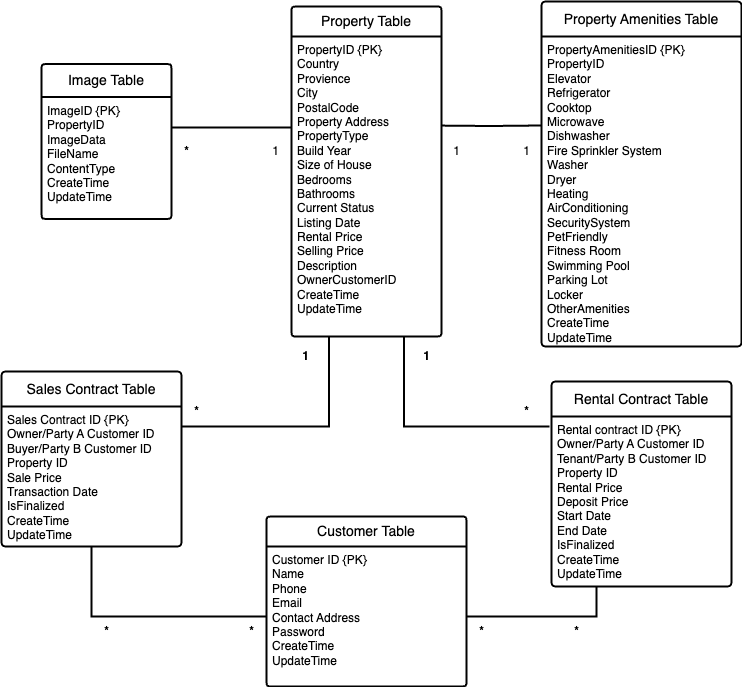
qisixian/InClassProject-RealEstateAgencySystem keeps this draw.io diagram as ERD.drawio.png. Above is the earlier version. Source tidied: cells renumbered, new cells last; positions are measured from the earlier drawing's top-left corner, leaving out a move shared by most shapes.
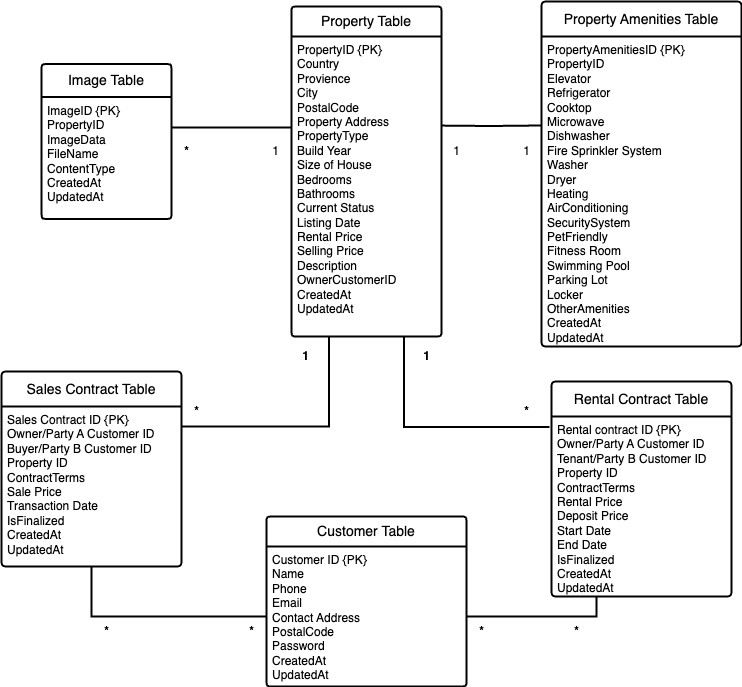
The same diagram one commit later.

Diff of the diagram source:
```diff
@@ -5,13 +5,13 @@
     <mxCell id="2" value="Property Table" style="swimlane;horizontal=1;startSize=30;rounded=1;fontSize=14;fontStyle=0;strokeWidth=2;shadow=0;dashed=0;align=center;arcSize=4;whiteSpace=wrap;html=1;" parent="1" vertex="1">
       <mxGeometry x="290" y="5" width="150" height="330" as="geometry" />
     </mxCell>
-    <mxCell id="3" value="PropertyID&amp;nbsp;{PK}&lt;div&gt;Country&lt;/div&gt;&lt;div&gt;Provience&lt;/div&gt;&lt;div&gt;City&lt;/div&gt;&lt;div&gt;PostalCode&lt;br&gt;&lt;/div&gt;&lt;div&gt;&lt;div&gt;Property Address&lt;/div&gt;&lt;div&gt;&lt;span style=&quot;background-color: initial;&quot;&gt;PropertyType&lt;/span&gt;&lt;br&gt;&lt;/div&gt;&lt;div&gt;Build Year&lt;br&gt;&lt;/div&gt;&lt;div&gt;Size of House&lt;br&gt;&lt;/div&gt;&lt;div&gt;Bedrooms&lt;/div&gt;&lt;div&gt;Bathrooms&lt;/div&gt;&lt;div&gt;&lt;span style=&quot;background-color: initial;&quot;&gt;Current Status&lt;/span&gt;&lt;br&gt;&lt;/div&gt;&lt;div&gt;Listing Date&lt;br&gt;Rental Price&lt;br&gt;Selling Price&lt;br&gt;&lt;/div&gt;&lt;div&gt;Description&lt;/div&gt;&lt;div&gt;OwnerCustomerID&lt;/div&gt;&lt;/div&gt;&lt;div&gt;CreateTime&lt;/div&gt;&lt;div&gt;UpdateTime&lt;/div&gt;" style="align=left;strokeColor=none;fillColor=none;spacingLeft=4;fontSize=12;verticalAlign=top;html=1;" parent="2" vertex="1">
+    <mxCell id="3" value="PropertyID&amp;nbsp;{PK}&lt;div&gt;Country&lt;/div&gt;&lt;div&gt;Provience&lt;/div&gt;&lt;div&gt;City&lt;/div&gt;&lt;div&gt;PostalCode&lt;br&gt;&lt;/div&gt;&lt;div&gt;&lt;div&gt;Property Address&lt;/div&gt;&lt;div&gt;&lt;span style=&quot;background-color: initial;&quot;&gt;PropertyType&lt;/span&gt;&lt;br&gt;&lt;/div&gt;&lt;div&gt;Build Year&lt;br&gt;&lt;/div&gt;&lt;div&gt;Size of House&lt;br&gt;&lt;/div&gt;&lt;div&gt;Bedrooms&lt;/div&gt;&lt;div&gt;Bathrooms&lt;/div&gt;&lt;div&gt;&lt;span style=&quot;background-color: initial;&quot;&gt;Current Status&lt;/span&gt;&lt;br&gt;&lt;/div&gt;&lt;div&gt;Listing Date&lt;br&gt;Rental Price&lt;br&gt;Selling Price&lt;br&gt;&lt;/div&gt;&lt;div&gt;Description&lt;/div&gt;&lt;div&gt;OwnerCustomerID&lt;/div&gt;&lt;div&gt;CreatedAt&lt;/div&gt;&lt;div&gt;UpdatedAt&lt;/div&gt;&lt;/div&gt;" style="align=left;strokeColor=none;fillColor=none;spacingLeft=4;fontSize=12;verticalAlign=top;html=1;" parent="2" vertex="1">
       <mxGeometry y="30" width="150" height="300" as="geometry" />
     </mxCell>
     <mxCell id="4" value="Property Amenities Table" style="swimlane;horizontal=1;startSize=35;rounded=1;fontSize=14;fontStyle=0;strokeWidth=2;shadow=0;dashed=0;align=center;arcSize=4;whiteSpace=wrap;html=1;" parent="1" vertex="1">
       <mxGeometry x="540" width="200" height="345" as="geometry" />
     </mxCell>
-    <mxCell id="5" value="&lt;div&gt;PropertyAmenitiesID&lt;span style=&quot;background-color: initial;&quot;&gt;&amp;nbsp;&lt;/span&gt;&lt;span style=&quot;background-color: initial;&quot;&gt;{PK}&lt;/span&gt;&lt;/div&gt;&lt;div&gt;PropertyID&lt;/div&gt;Elevator&lt;div&gt;&lt;span style=&quot;background-color: initial;&quot;&gt;Refrigerator&lt;/span&gt;&lt;br&gt;&lt;/div&gt;&lt;div&gt;Cooktop&lt;br&gt;&lt;/div&gt;&lt;div&gt;Microwave&lt;br&gt;&lt;/div&gt;&lt;div&gt;&lt;div&gt;Dishwasher&lt;/div&gt;&lt;/div&gt;&lt;div&gt;&lt;div&gt;Fire Sprinkler System&lt;br&gt;&lt;/div&gt;&lt;/div&gt;&lt;div&gt;&lt;div&gt;&lt;span style=&quot;background-color: initial;&quot;&gt;Washer&lt;/span&gt;&lt;br&gt;&lt;/div&gt;&lt;div&gt;Dryer&lt;/div&gt;&lt;div&gt;&lt;span style=&quot;background-color: initial;&quot;&gt;Heating&lt;/span&gt;&lt;/div&gt;&lt;/div&gt;&lt;div&gt;&lt;span style=&quot;background-color: initial;&quot;&gt;AirConditioning&lt;/span&gt;&lt;/div&gt;&lt;div&gt;SecuritySystem&lt;/div&gt;&lt;div&gt;PetFriendly&lt;/div&gt;&lt;div&gt;Fitness Room&lt;br&gt;&lt;/div&gt;&lt;div&gt;Swimming Pool&lt;br&gt;&lt;/div&gt;&lt;div&gt;Parking Lot&lt;br&gt;&lt;/div&gt;&lt;div&gt;Locker&lt;/div&gt;&lt;div&gt;OtherAmenities&lt;/div&gt;&lt;div&gt;CreateTime&lt;/div&gt;&lt;div&gt;UpdateTime&lt;/div&gt;&lt;div&gt;&lt;br&gt;&lt;/div&gt;&lt;div&gt;&lt;br&gt;&lt;/div&gt;" style="align=left;strokeColor=none;fillColor=none;spacingLeft=4;fontSize=12;verticalAlign=top;html=1;" parent="4" vertex="1">
+    <mxCell id="5" value="&lt;div&gt;PropertyAmenitiesID&lt;span style=&quot;background-color: initial;&quot;&gt;&amp;nbsp;&lt;/span&gt;&lt;span style=&quot;background-color: initial;&quot;&gt;{PK}&lt;/span&gt;&lt;/div&gt;&lt;div&gt;PropertyID&lt;/div&gt;Elevator&lt;div&gt;&lt;span style=&quot;background-color: initial;&quot;&gt;Refrigerator&lt;/span&gt;&lt;br&gt;&lt;/div&gt;&lt;div&gt;Cooktop&lt;br&gt;&lt;/div&gt;&lt;div&gt;Microwave&lt;br&gt;&lt;/div&gt;&lt;div&gt;&lt;div&gt;Dishwasher&lt;/div&gt;&lt;/div&gt;&lt;div&gt;&lt;div&gt;Fire Sprinkler System&lt;br&gt;&lt;/div&gt;&lt;/div&gt;&lt;div&gt;&lt;div&gt;&lt;span style=&quot;background-color: initial;&quot;&gt;Washer&lt;/span&gt;&lt;br&gt;&lt;/div&gt;&lt;div&gt;Dryer&lt;/div&gt;&lt;div&gt;&lt;span style=&quot;background-color: initial;&quot;&gt;Heating&lt;/span&gt;&lt;/div&gt;&lt;/div&gt;&lt;div&gt;&lt;span style=&quot;background-color: initial;&quot;&gt;AirConditioning&lt;/span&gt;&lt;/div&gt;&lt;div&gt;SecuritySystem&lt;/div&gt;&lt;div&gt;PetFriendly&lt;/div&gt;&lt;div&gt;Fitness Room&lt;br&gt;&lt;/div&gt;&lt;div&gt;Swimming Pool&lt;br&gt;&lt;/div&gt;&lt;div&gt;Parking Lot&lt;br&gt;&lt;/div&gt;&lt;div&gt;Locker&lt;/div&gt;&lt;div&gt;OtherAmenities&lt;/div&gt;&lt;div&gt;CreatedAt&lt;/div&gt;&lt;div&gt;UpdatedAt&lt;/div&gt;&lt;div&gt;&lt;br&gt;&lt;/div&gt;&lt;div&gt;&lt;br&gt;&lt;/div&gt;" style="align=left;strokeColor=none;fillColor=none;spacingLeft=4;fontSize=12;verticalAlign=top;html=1;" parent="4" vertex="1">
       <mxGeometry y="35" width="200" height="310" as="geometry" />
     </mxCell>
     <mxCell id="6" style="edgeStyle=orthogonalEdgeStyle;rounded=0;orthogonalLoop=1;jettySize=auto;html=1;exitX=0.5;exitY=1;exitDx=0;exitDy=0;" parent="4" edge="1" source="5" target="5">
@@ -20,26 +20,26 @@
     <mxCell id="7" value="Image Table" style="swimlane;horizontal=1;startSize=33;rounded=1;fontSize=14;fontStyle=0;strokeWidth=2;shadow=0;dashed=0;align=center;arcSize=4;whiteSpace=wrap;html=1;" parent="1" vertex="1">
       <mxGeometry x="40" y="62.5" width="130" height="155" as="geometry" />
     </mxCell>
-    <mxCell id="8" value="&lt;div&gt;&lt;div&gt;ImageID&lt;span style=&quot;background-color: initial;&quot;&gt;&amp;nbsp;{PK}&lt;/span&gt;&lt;/div&gt;&lt;/div&gt;PropertyID&lt;div&gt;&lt;span style=&quot;background-color: initial;&quot;&gt;ImageData&lt;/span&gt;&lt;br&gt;&lt;/div&gt;&lt;div&gt;FileName&lt;/div&gt;&lt;div&gt;ContentType&lt;br&gt;CreateTime&lt;/div&gt;&lt;div&gt;UpdateTime&lt;/div&gt;&lt;div&gt;&lt;br&gt;&lt;/div&gt;" style="align=left;strokeColor=none;fillColor=none;spacingLeft=4;fontSize=12;verticalAlign=top;html=1;" parent="7" vertex="1">
+    <mxCell id="8" value="&lt;div&gt;&lt;div&gt;ImageID&lt;span style=&quot;background-color: initial;&quot;&gt;&amp;nbsp;{PK}&lt;/span&gt;&lt;/div&gt;&lt;/div&gt;PropertyID&lt;div&gt;&lt;span style=&quot;background-color: initial;&quot;&gt;ImageData&lt;/span&gt;&lt;br&gt;&lt;/div&gt;&lt;div&gt;FileName&lt;/div&gt;&lt;div&gt;ContentType&lt;br&gt;CreatedAt&lt;/div&gt;&lt;div&gt;UpdatedAt&lt;/div&gt;" style="align=left;strokeColor=none;fillColor=none;spacingLeft=4;fontSize=12;verticalAlign=top;html=1;" parent="7" vertex="1">
       <mxGeometry y="33" width="130" height="122" as="geometry" />
     </mxCell>
     <mxCell id="9" value="Customer Table" style="swimlane;horizontal=1;startSize=30;rounded=1;fontSize=14;fontStyle=0;strokeWidth=2;shadow=0;dashed=0;align=center;arcSize=4;whiteSpace=wrap;html=1;" parent="1" vertex="1">
       <mxGeometry x="265" y="515" width="200" height="170" as="geometry" />
     </mxCell>
-    <mxCell id="10" value="Customer ID&amp;nbsp;{PK}&lt;br&gt;Name&lt;div&gt;Phone&lt;br&gt;&lt;/div&gt;&lt;div&gt;Email&lt;br&gt;&lt;/div&gt;&lt;div&gt;Contact Address&lt;br&gt;&lt;/div&gt;&lt;div&gt;&lt;div&gt;Password&lt;/div&gt;&lt;/div&gt;&lt;div&gt;CreateTime&lt;/div&gt;&lt;div&gt;UpdateTime&lt;/div&gt;" style="align=left;strokeColor=none;fillColor=none;spacingLeft=4;fontSize=12;verticalAlign=top;html=1;" parent="9" vertex="1">
+    <mxCell id="10" value="Customer ID&amp;nbsp;{PK}&lt;br&gt;Name&lt;div&gt;Phone&lt;br&gt;&lt;/div&gt;&lt;div&gt;Email&lt;br&gt;&lt;/div&gt;&lt;div&gt;Contact Address&lt;br&gt;&lt;/div&gt;&lt;div&gt;PostalCode&lt;/div&gt;&lt;div&gt;&lt;div&gt;Password&lt;/div&gt;&lt;div&gt;CreatedAt&lt;/div&gt;&lt;div&gt;UpdatedAt&lt;/div&gt;&lt;/div&gt;" style="align=left;strokeColor=none;fillColor=none;spacingLeft=4;fontSize=12;verticalAlign=top;html=1;" parent="9" vertex="1">
       <mxGeometry y="30" width="200" height="140" as="geometry" />
     </mxCell>
     <mxCell id="11" value="Sales Contract Table" style="swimlane;horizontal=1;startSize=35;rounded=1;fontSize=14;fontStyle=0;strokeWidth=2;shadow=0;dashed=0;align=center;arcSize=4;whiteSpace=wrap;html=1;" parent="1" vertex="1">
-      <mxGeometry y="370" width="180" height="175" as="geometry" />
+      <mxGeometry y="370" width="180" height="195" as="geometry" />
     </mxCell>
-    <mxCell id="12" value="Sales Contract ID {PK}&lt;div&gt;Owner/Party A Customer ID&lt;br&gt;Buyer/Party B Customer ID&lt;br&gt;&lt;/div&gt;&lt;div&gt;Property ID&lt;br&gt;&lt;/div&gt;&lt;div&gt;Sale Price&lt;br&gt;&lt;/div&gt;&lt;div&gt;Transaction Date&lt;br&gt;&lt;/div&gt;&lt;div&gt;IsFinalized&lt;/div&gt;&lt;div&gt;CreateTime&lt;/div&gt;&lt;div&gt;UpdateTime&lt;/div&gt;" style="align=left;strokeColor=none;fillColor=none;spacingLeft=4;fontSize=12;verticalAlign=top;html=1;" parent="11" vertex="1">
-      <mxGeometry y="35" width="180" height="140" as="geometry" />
+    <mxCell id="12" value="Sales Contract ID {PK}&lt;div&gt;Owner/Party A Customer ID&lt;br&gt;Buyer/Party B Customer ID&lt;br&gt;&lt;/div&gt;&lt;div&gt;Property ID&lt;br&gt;&lt;/div&gt;&lt;div&gt;ContractTerms&lt;br&gt;&lt;/div&gt;&lt;div&gt;Sale Price&lt;br&gt;&lt;/div&gt;&lt;div&gt;Transaction Date&lt;br&gt;&lt;/div&gt;&lt;div&gt;IsFinalized&lt;/div&gt;&lt;div&gt;CreatedAt&lt;/div&gt;&lt;div&gt;UpdatedAt&lt;/div&gt;" style="align=left;strokeColor=none;fillColor=none;spacingLeft=4;fontSize=12;verticalAlign=top;html=1;" parent="11" vertex="1">
+      <mxGeometry y="35" width="180" height="160" as="geometry" />
     </mxCell>
     <mxCell id="13" value="Rental Contract Table" style="swimlane;horizontal=1;startSize=35;rounded=1;fontSize=14;fontStyle=0;strokeWidth=2;shadow=0;dashed=0;align=center;arcSize=4;whiteSpace=wrap;html=1;" parent="1" vertex="1">
-      <mxGeometry x="550" y="380" width="180" height="205" as="geometry" />
+      <mxGeometry x="550" y="380" width="180" height="215" as="geometry" />
     </mxCell>
-    <mxCell id="14" value="Rental contract ID&amp;nbsp;{PK}&lt;div&gt;&lt;div&gt;Owner/Party A Customer ID&lt;br&gt;Tenant/Party B Customer ID&lt;br&gt;&lt;/div&gt;&lt;div&gt;Property ID&lt;/div&gt;&lt;/div&gt;&lt;div&gt;Rental Price&lt;br&gt;&lt;/div&gt;&lt;div&gt;Deposit Price&lt;/div&gt;&lt;div&gt;Start Date&lt;br&gt;&lt;/div&gt;&lt;div&gt;End Date&lt;br&gt;&lt;/div&gt;&lt;div&gt;IsFinalized&lt;/div&gt;&lt;div&gt;CreateTime&lt;/div&gt;&lt;div&gt;UpdateTime&lt;/div&gt;" style="align=left;strokeColor=none;fillColor=none;spacingLeft=4;fontSize=12;verticalAlign=top;html=1;" parent="13" vertex="1">
-      <mxGeometry y="35" width="180" height="170" as="geometry" />
+    <mxCell id="14" value="Rental contract ID&amp;nbsp;{PK}&lt;div&gt;&lt;div&gt;Owner/Party A Customer ID&lt;br&gt;Tenant/Party B Customer ID&lt;br&gt;&lt;/div&gt;&lt;div&gt;Property ID&lt;/div&gt;&lt;/div&gt;&lt;div&gt;ContractTerms&lt;/div&gt;&lt;div&gt;Rental Price&lt;br&gt;&lt;/div&gt;&lt;div&gt;Deposit Price&lt;/div&gt;&lt;div&gt;Start Date&lt;br&gt;&lt;/div&gt;&lt;div&gt;End Date&lt;br&gt;&lt;/div&gt;&lt;div&gt;IsFinalized&lt;/div&gt;&lt;div&gt;CreatedAt&lt;/div&gt;&lt;div&gt;UpdatedAt&lt;/div&gt;" style="align=left;strokeColor=none;fillColor=none;spacingLeft=4;fontSize=12;verticalAlign=top;html=1;" parent="13" vertex="1">
+      <mxGeometry y="35" width="180" height="180" as="geometry" />
     </mxCell>
     <mxCell id="15" style="edgeStyle=orthogonalEdgeStyle;rounded=0;jettySize=auto;html=1;entryX=0;entryY=0.303;entryDx=0;entryDy=0;entryPerimeter=0;endArrow=none;endFill=0;strokeWidth=2;exitX=1;exitY=0.25;exitDx=0;exitDy=0;" parent="1" edge="1" source="8" target="3">
       <mxGeometry relative="1" as="geometry" />
```
